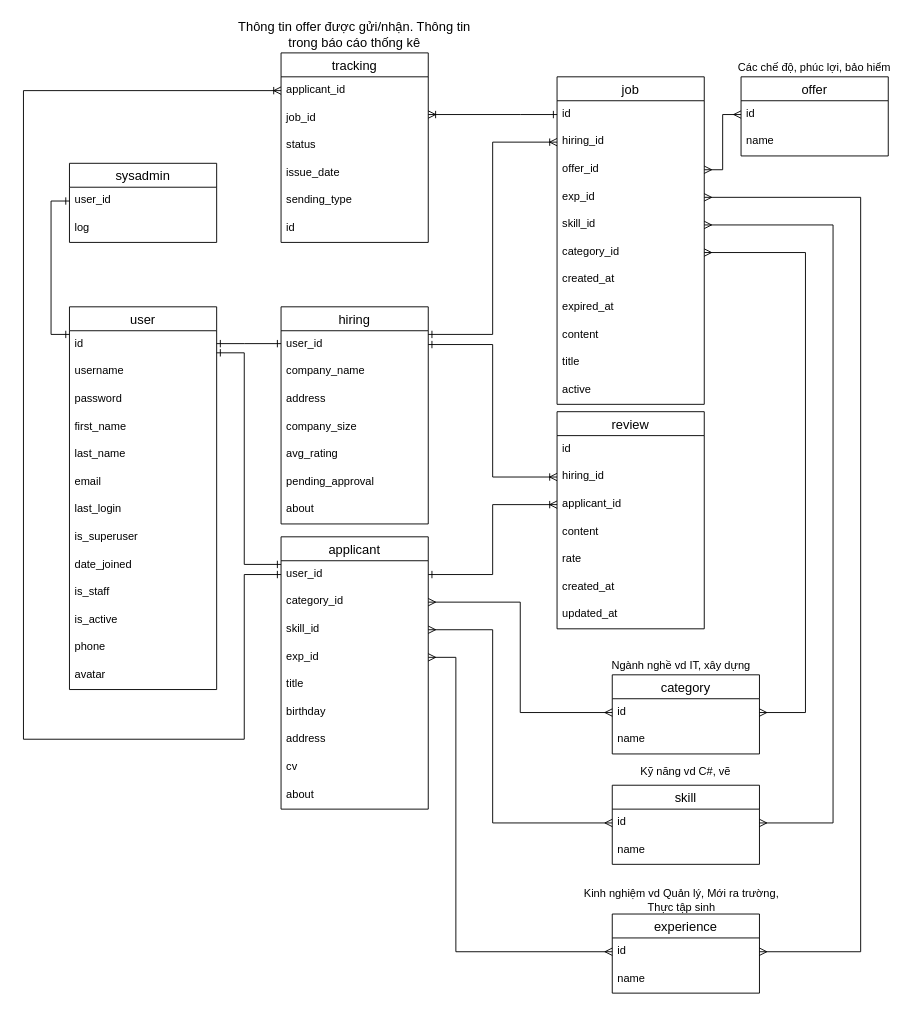
This is page "Database" (2 of 2) of back-end/db-design.drawio from quoctann/django-employment-agency, a draw.io file, before an edit. Source tidied: cells renumbered, new cells numbered last; positions are measured from the earlier drawing's top-left corner, leaving out a move shared by most shapes. Both pictures are drawn from the tidied source at 92%, with x=0, y=0 at pixel (23, 16).
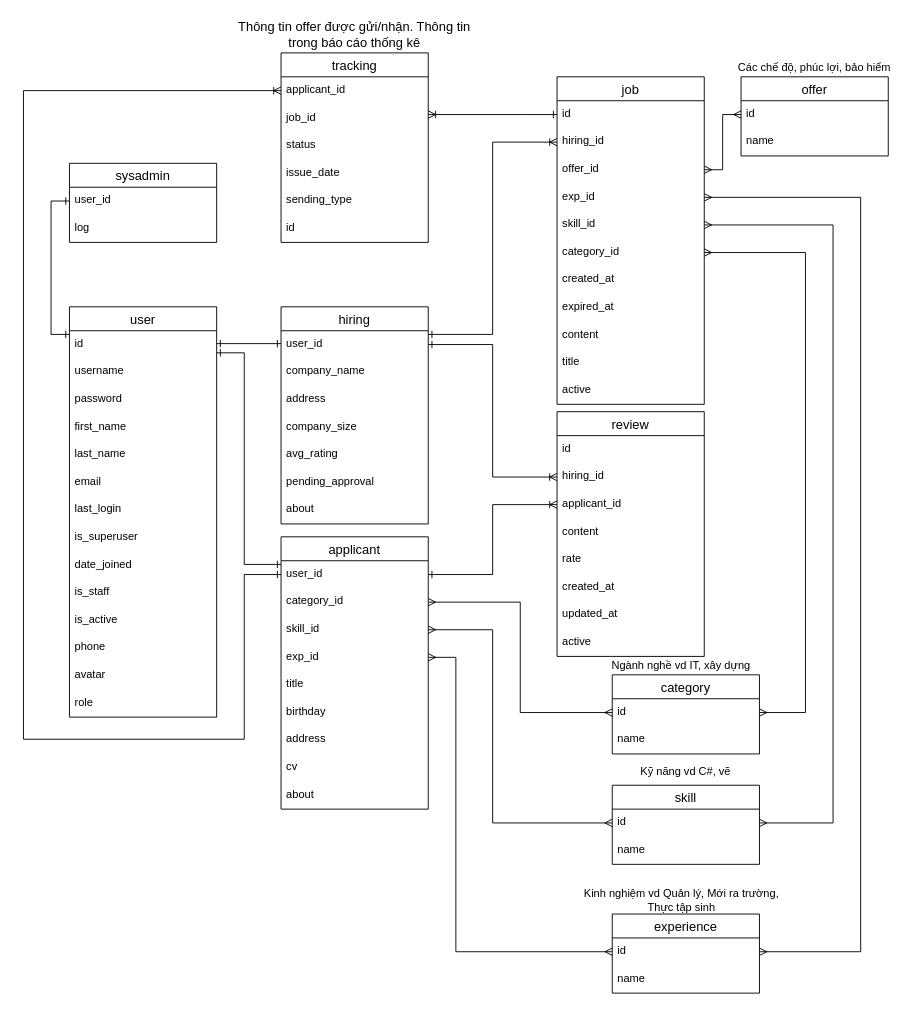
After the change.

The edit, as a diff of the source:
```diff
@@
     <mxCell id="2" value="user" style="swimlane;fontStyle=0;horizontal=1;startSize=26;align=center;fontSize=14;" parent="1" vertex="1">
-      <mxGeometry x="50" y="316" width="160" height="416" as="geometry" />
+      <mxGeometry x="50" y="316" width="160" height="446" as="geometry" />
     </mxCell>
@@
+    <mxCell id="96" value="role" style="text;fillColor=none;spacingLeft=4;spacingRight=4;overflow=hidden;fontSize=12;" parent="2" vertex="1">
+      <mxGeometry y="416" width="160" height="30" as="geometry" />
+    </mxCell>
@@
     <mxCell id="24" value="review" style="swimlane;fontStyle=0;horizontal=1;startSize=26;align=center;fontSize=14;" parent="1" vertex="1">
-      <mxGeometry x="580" y="430" width="160" height="236" as="geometry" />
+      <mxGeometry x="580" y="430" width="160" height="266" as="geometry" />
     </mxCell>
@@
+    <mxCell id="97" value="active" style="text;fillColor=none;spacingLeft=4;spacingRight=4;overflow=hidden;fontSize=12;" parent="24" vertex="1">
+      <mxGeometry y="236" width="160" height="30" as="geometry" />
+    </mxCell>
```
